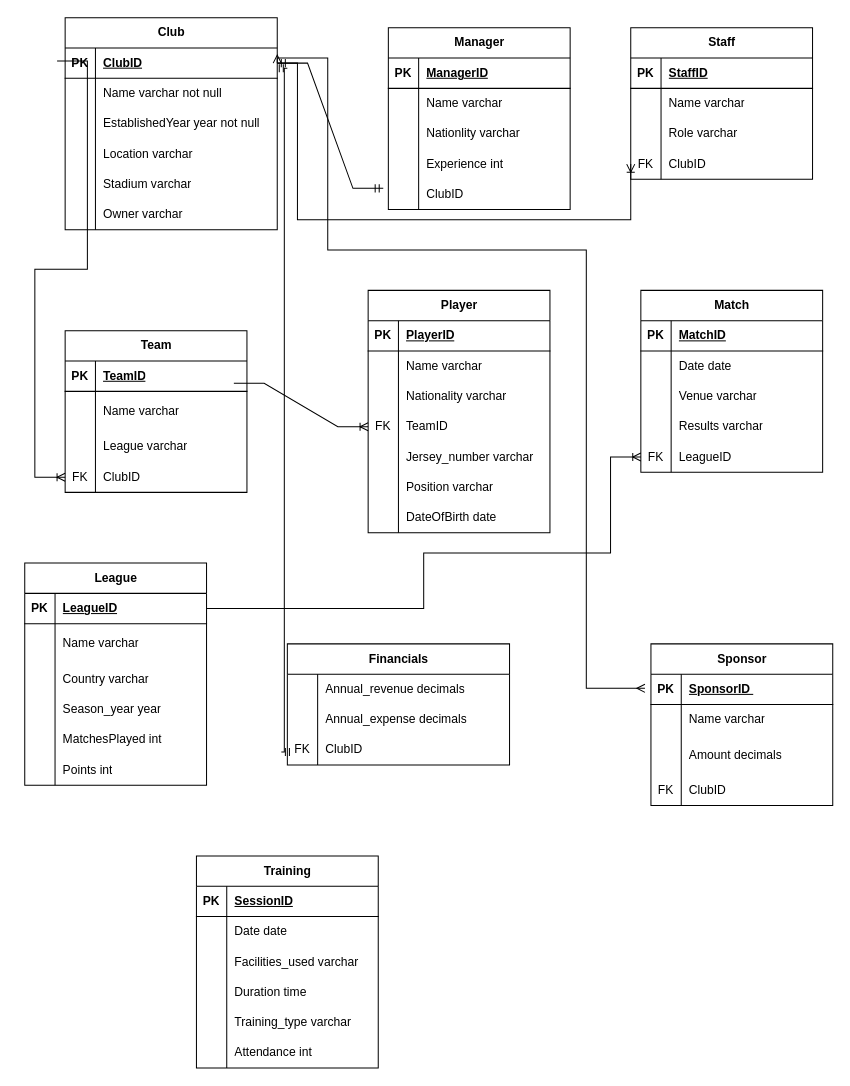
McAnnison/MyPortfoli keeps this draw.io diagram as Untitled Diagram.drawio. Above is the earlier version. Source tidied: cells renumbered, new cells numbered last; positions are measured from the earlier drawing's top-left corner, leaving out a move shared by most shapes. Both pictures are drawn from the tidied source at 101%, with x=0, y=0 at pixel (-212, 17).
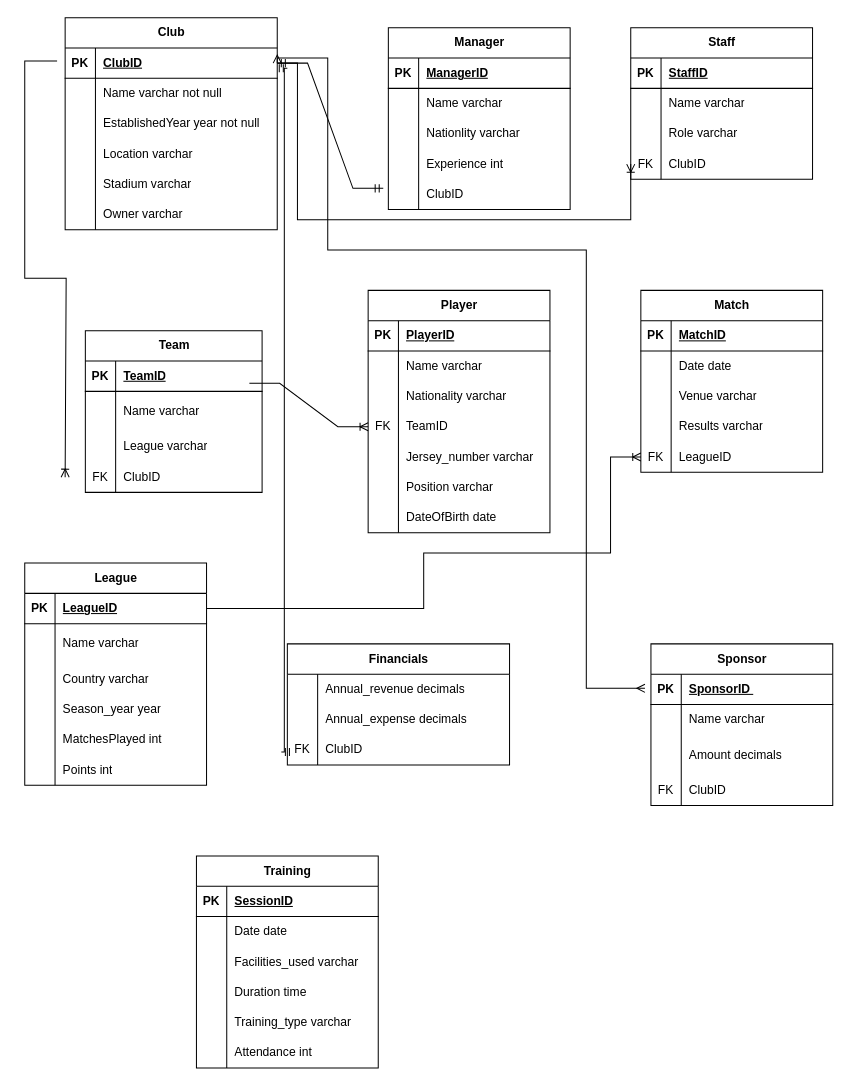
Above is the later version.

The change refers to these unchanged cells:
```xml
<mxCell id="2" value="Club" style="shape=table;startSize=30;childLayout=tableLayout;rowLines=0;fontStyle=1;align=center;html=1;" parent="1" vertex="1">
  <mxGeometry x="274" width="210" height="210" as="geometry" />
</mxCell>
<mxCell id="3" style="shape=tableRow;horizontal=0;startSize=0;swimlaneHead=0;swimlaneBody=0;fillColor=none;points=[[0,0.5],[1,0.5]];portConstraint=eastwest;top=0;left=0;right=0;bottom=1;" parent="2" vertex="1">
  <mxGeometry y="30" width="210" height="30" as="geometry" />
</mxCell>
```

The edit, as a diff of the source:
```diff
@@
-    <mxCell id="21" style="edgeStyle=entityRelationEdgeStyle;fontSize=12;html=1;endArrow=ERoneToMany;rounded=0;entryX=-0.038;entryY=0.433;entryDx=0;entryDy=0;entryPerimeter=0;exitX=-0.038;exitY=0.433;exitDx=0;exitDy=0;exitPerimeter=0;" parent="2" edge="1" source="3">
+    <mxCell id="21" style="edgeStyle=orthogonalEdgeStyle;fontSize=12;html=1;endArrow=ERoneToMany;rounded=0;entryX=-0.038;entryY=0.433;entryDx=0;entryDy=0;entryPerimeter=0;exitX=-0.038;exitY=0.433;exitDx=0;exitDy=0;exitPerimeter=0;" parent="2" edge="1" source="3">
       <mxGeometry relative="1" as="geometry">
         <mxPoint y="455" as="targetPoint" />
         <Array as="points">
-          <mxPoint x="-273.9" y="250" />
-          <mxPoint x="66.1" y="150" />
+          <mxPoint x="-40" y="43" />
+          <mxPoint x="-40" y="258" />
+          <mxPoint x="1" y="258" />
         </Array>
       </mxGeometry>
     </mxCell>
@@
     <mxCell id="60" value="Team" style="shape=table;startSize=30;childLayout=tableLayout;rowLines=0;fontStyle=1;align=center;html=1;" parent="1" vertex="1">
-      <mxGeometry x="274" y="310" width="180" height="160" as="geometry" />
+      <mxGeometry x="294" y="310" width="175" height="160" as="geometry" />
     </mxCell>
     <mxCell id="61" style="shape=tableRow;horizontal=0;startSize=0;swimlaneHead=0;swimlaneBody=0;fillColor=none;points=[[0,0.5],[1,0.5]];portConstraint=eastwest;top=0;left=0;right=0;bottom=1;" parent="60" vertex="1">
-      <mxGeometry y="30" width="180" height="30" as="geometry" />
+      <mxGeometry y="30" width="175" height="30" as="geometry" />
     </mxCell>
@@
     <mxCell id="63" value="TeamID" style="shape=partialRectangle;fillColor=none;top=0;left=0;bottom=0;right=0;align=left;spacingLeft=6;fontStyle=5;overflow=hidden;whiteSpace=wrap;html=1;" parent="61" vertex="1">
-      <mxGeometry x="30" width="150" height="30" as="geometry" />
+      <mxGeometry x="30" width="145" height="30" as="geometry" />
     </mxCell>
     <mxCell id="64" style="shape=tableRow;horizontal=0;startSize=0;swimlaneHead=0;swimlaneBody=0;fillColor=none;top=0;left=0;right=0;bottom=0;" parent="60" vertex="1">
-      <mxGeometry y="60" width="180" height="40" as="geometry" />
+      <mxGeometry y="60" width="175" height="40" as="geometry" />
     </mxCell>
@@
     <mxCell id="66" value="Name varchar" style="shape=partialRectangle;fillColor=none;top=0;left=0;bottom=0;right=0;align=left;spacingLeft=6;overflow=hidden;whiteSpace=wrap;html=1;" parent="64" vertex="1">
-      <mxGeometry x="30" width="150" height="40" as="geometry" />
+      <mxGeometry x="30" width="145" height="40" as="geometry" />
     </mxCell>
     <mxCell id="67" style="shape=tableRow;horizontal=0;startSize=0;swimlaneHead=0;swimlaneBody=0;fillColor=none;top=0;left=0;right=0;bottom=0;" parent="60" vertex="1">
-      <mxGeometry y="100" width="180" height="30" as="geometry" />
+      <mxGeometry y="100" width="175" height="30" as="geometry" />
     </mxCell>
@@
     <mxCell id="69" value="League varchar" style="shape=partialRectangle;fillColor=none;top=0;left=0;bottom=0;right=0;align=left;spacingLeft=6;overflow=hidden;whiteSpace=wrap;html=1;" parent="67" vertex="1">
-      <mxGeometry x="30" width="150" height="30" as="geometry" />
+      <mxGeometry x="30" width="145" height="30" as="geometry" />
     </mxCell>
     <mxCell id="70" style="shape=tableRow;horizontal=0;startSize=0;swimlaneHead=0;swimlaneBody=0;fillColor=none;top=0;left=0;right=0;bottom=0;" parent="60" vertex="1">
-      <mxGeometry y="130" width="180" height="30" as="geometry" />
+      <mxGeometry y="130" width="175" height="30" as="geometry" />
     </mxCell>
@@
     <mxCell id="72" value="ClubID" style="shape=partialRectangle;fillColor=none;top=0;left=0;bottom=0;right=0;align=left;spacingLeft=6;overflow=hidden;whiteSpace=wrap;html=1;" parent="70" vertex="1">
-      <mxGeometry x="30" width="150" height="30" as="geometry" />
+      <mxGeometry x="30" width="145" height="30" as="geometry" />
     </mxCell>
```
